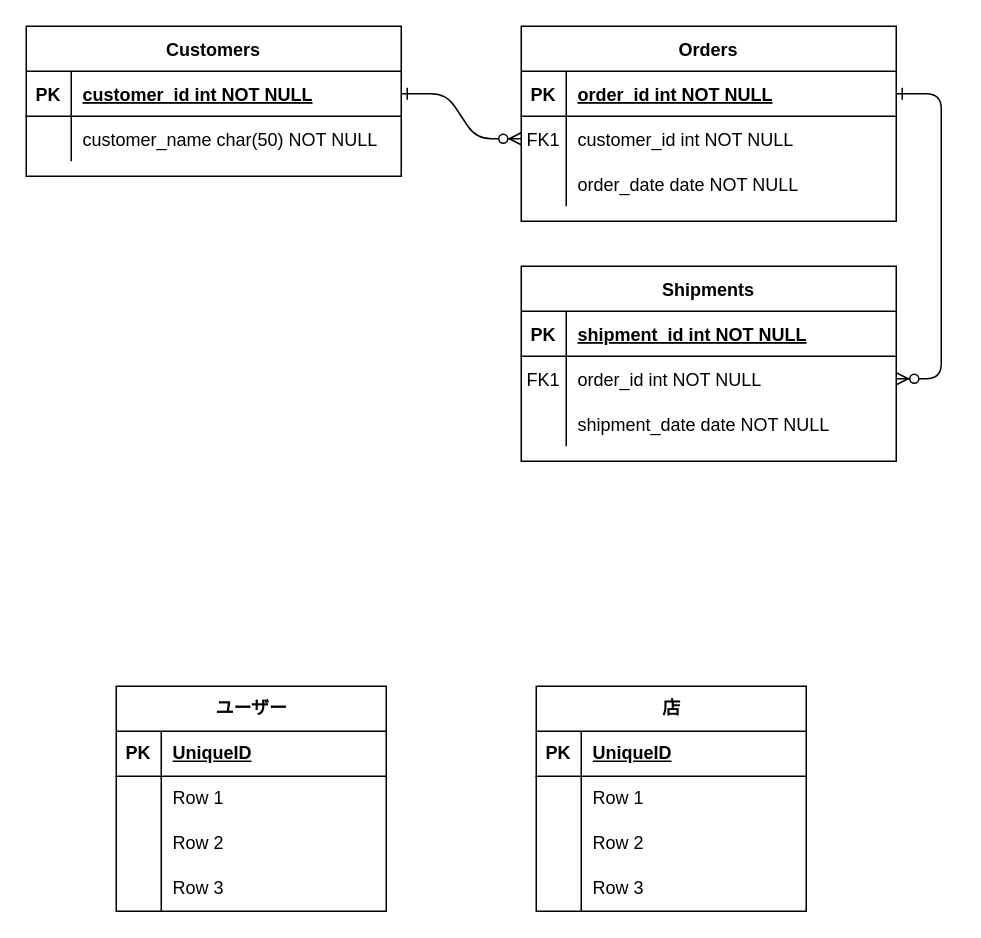
Before: 未命名绘图.drawio in FengTianShi/Picture, a draw.io diagram. Source tidied: cells renumbered, new cells numbered last; positions are measured from the earlier drawing's top-left corner, leaving out a move shared by most shapes. Both pictures are drawn from the tidied source at 150%, with x=0, y=0 at pixel (26, 26).
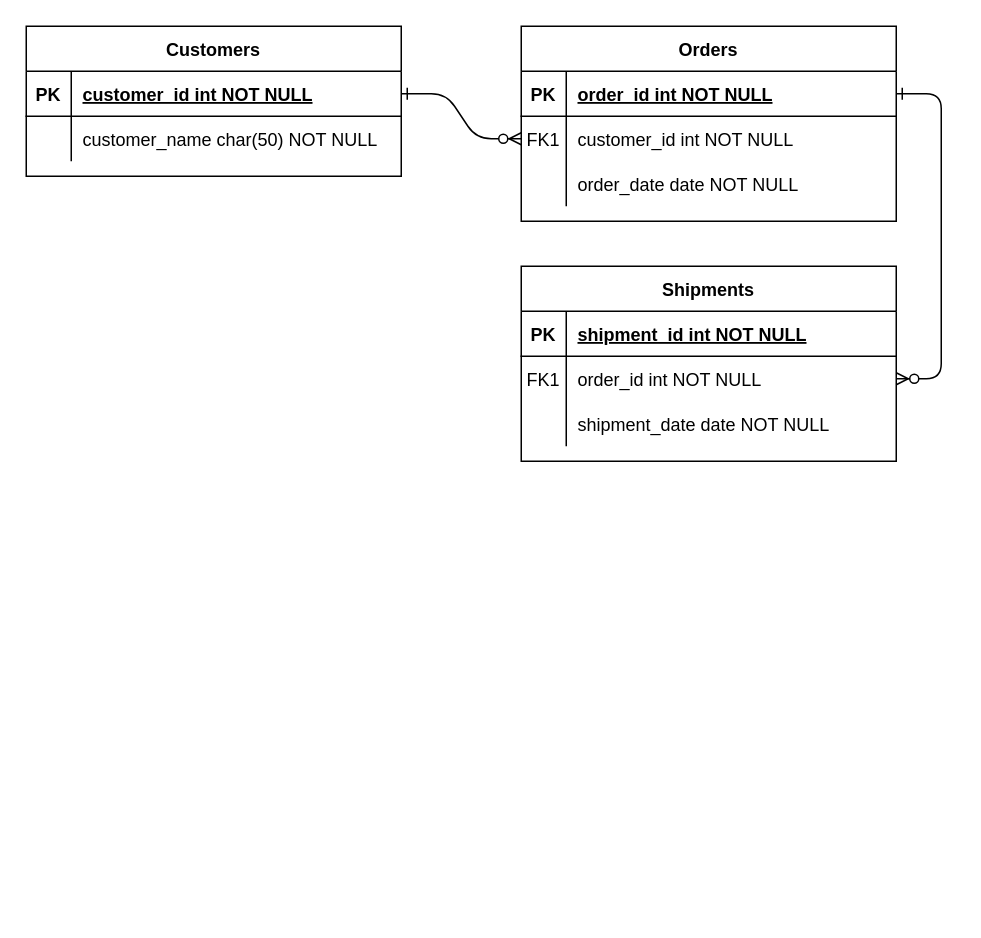
The same diagram, later.

Diff of the diagram source:
```diff
@@
-    <mxCell id="31" value="ユーザー" style="shape=table;startSize=30;childLayout=tableLayout;rowLines=0;fontStyle=1;align=center;html=1;" parent="1" vertex="1">
-      <mxGeometry x="60" y="440" width="180" height="150" as="geometry" />
-    </mxCell>
-    <mxCell id="32" style="shape=tableRow;horizontal=0;startSize=0;swimlaneHead=0;swimlaneBody=0;fillColor=none;top=0;left=0;right=0;bottom=1;" parent="31" vertex="1">
-      <mxGeometry y="30" width="180" height="30" as="geometry" />
-    </mxCell>
-    <mxCell id="33" value="PK" style="shape=partialRectangle;fillColor=none;top=0;left=0;bottom=0;right=0;fontStyle=1;overflow=hidden;whiteSpace=wrap;html=1;" parent="32" vertex="1">
-      <mxGeometry width="30" height="30" as="geometry" />
-    </mxCell>
-    <mxCell id="34" value="UniqueID" style="shape=partialRectangle;fillColor=none;top=0;left=0;bottom=0;right=0;align=left;spacingLeft=6;fontStyle=5;overflow=hidden;whiteSpace=wrap;html=1;" parent="32" vertex="1">
-      <mxGeometry x="30" width="150" height="30" as="geometry" />
-    </mxCell>
-    <mxCell id="35" style="shape=tableRow;horizontal=0;startSize=0;swimlaneHead=0;swimlaneBody=0;fillColor=none;top=0;left=0;right=0;bottom=0;" parent="31" vertex="1">
-      <mxGeometry y="60" width="180" height="30" as="geometry" />
-    </mxCell>
-    <mxCell id="36" style="shape=partialRectangle;fillColor=none;top=0;left=0;bottom=0;right=0;overflow=hidden;whiteSpace=wrap;html=1;" parent="35" vertex="1">
-      <mxGeometry width="30" height="30" as="geometry" />
-    </mxCell>
-    <mxCell id="37" value="Row 1" style="shape=partialRectangle;fillColor=none;top=0;left=0;bottom=0;right=0;align=left;spacingLeft=6;overflow=hidden;whiteSpace=wrap;html=1;" parent="35" vertex="1">
-      <mxGeometry x="30" width="150" height="30" as="geometry" />
-    </mxCell>
-    <mxCell id="38" style="shape=tableRow;horizontal=0;startSize=0;swimlaneHead=0;swimlaneBody=0;fillColor=none;top=0;left=0;right=0;bottom=0;" parent="31" vertex="1">
-      <mxGeometry y="90" width="180" height="30" as="geometry" />
-    </mxCell>
-    <mxCell id="39" style="shape=partialRectangle;fillColor=none;top=0;left=0;bottom=0;right=0;overflow=hidden;whiteSpace=wrap;html=1;" parent="38" vertex="1">
-      <mxGeometry width="30" height="30" as="geometry" />
-    </mxCell>
-    <mxCell id="40" value="Row 2" style="shape=partialRectangle;fillColor=none;top=0;left=0;bottom=0;right=0;align=left;spacingLeft=6;overflow=hidden;whiteSpace=wrap;html=1;" parent="38" vertex="1">
-      <mxGeometry x="30" width="150" height="30" as="geometry" />
-    </mxCell>
-    <mxCell id="41" style="shape=tableRow;horizontal=0;startSize=0;swimlaneHead=0;swimlaneBody=0;fillColor=none;top=0;left=0;right=0;bottom=0;" parent="31" vertex="1">
-      <mxGeometry y="120" width="180" height="30" as="geometry" />
-    </mxCell>
-    <mxCell id="42" style="shape=partialRectangle;fillColor=none;top=0;left=0;bottom=0;right=0;overflow=hidden;whiteSpace=wrap;html=1;" parent="41" vertex="1">
-      <mxGeometry width="30" height="30" as="geometry" />
-    </mxCell>
-    <mxCell id="43" value="Row 3" style="shape=partialRectangle;fillColor=none;top=0;left=0;bottom=0;right=0;align=left;spacingLeft=6;overflow=hidden;whiteSpace=wrap;html=1;" parent="41" vertex="1">
-      <mxGeometry x="30" width="150" height="30" as="geometry" />
-    </mxCell>
-    <mxCell id="44" value="店" style="shape=table;startSize=30;childLayout=tableLayout;rowLines=0;fontStyle=1;align=center;html=1;" parent="1" vertex="1">
-      <mxGeometry x="340" y="440" width="180" height="150" as="geometry" />
-    </mxCell>
-    <mxCell id="45" style="shape=tableRow;horizontal=0;startSize=0;swimlaneHead=0;swimlaneBody=0;fillColor=none;top=0;left=0;right=0;bottom=1;" parent="44" vertex="1">
-      <mxGeometry y="30" width="180" height="30" as="geometry" />
-    </mxCell>
-    <mxCell id="46" value="PK" style="shape=partialRectangle;fillColor=none;top=0;left=0;bottom=0;right=0;fontStyle=1;overflow=hidden;whiteSpace=wrap;html=1;" parent="45" vertex="1">
-      <mxGeometry width="30" height="30" as="geometry" />
-    </mxCell>
-    <mxCell id="47" value="UniqueID" style="shape=partialRectangle;fillColor=none;top=0;left=0;bottom=0;right=0;align=left;spacingLeft=6;fontStyle=5;overflow=hidden;whiteSpace=wrap;html=1;" parent="45" vertex="1">
-      <mxGeometry x="30" width="150" height="30" as="geometry" />
-    </mxCell>
-    <mxCell id="48" style="shape=tableRow;horizontal=0;startSize=0;swimlaneHead=0;swimlaneBody=0;fillColor=none;top=0;left=0;right=0;bottom=0;" parent="44" vertex="1">
-      <mxGeometry y="60" width="180" height="30" as="geometry" />
-    </mxCell>
-    <mxCell id="49" style="shape=partialRectangle;fillColor=none;top=0;left=0;bottom=0;right=0;overflow=hidden;whiteSpace=wrap;html=1;" parent="48" vertex="1">
-      <mxGeometry width="30" height="30" as="geometry" />
-    </mxCell>
-    <mxCell id="50" value="Row 1" style="shape=partialRectangle;fillColor=none;top=0;left=0;bottom=0;right=0;align=left;spacingLeft=6;overflow=hidden;whiteSpace=wrap;html=1;" parent="48" vertex="1">
-      <mxGeometry x="30" width="150" height="30" as="geometry" />
-    </mxCell>
-    <mxCell id="51" style="shape=tableRow;horizontal=0;startSize=0;swimlaneHead=0;swimlaneBody=0;fillColor=none;top=0;left=0;right=0;bottom=0;" parent="44" vertex="1">
-      <mxGeometry y="90" width="180" height="30" as="geometry" />
-    </mxCell>
-    <mxCell id="52" style="shape=partialRectangle;fillColor=none;top=0;left=0;bottom=0;right=0;overflow=hidden;whiteSpace=wrap;html=1;" parent="51" vertex="1">
-      <mxGeometry width="30" height="30" as="geometry" />
-    </mxCell>
-    <mxCell id="53" value="Row 2" style="shape=partialRectangle;fillColor=none;top=0;left=0;bottom=0;right=0;align=left;spacingLeft=6;overflow=hidden;whiteSpace=wrap;html=1;" parent="51" vertex="1">
-      <mxGeometry x="30" width="150" height="30" as="geometry" />
-    </mxCell>
-    <mxCell id="54" style="shape=tableRow;horizontal=0;startSize=0;swimlaneHead=0;swimlaneBody=0;fillColor=none;top=0;left=0;right=0;bottom=0;" parent="44" vertex="1">
-      <mxGeometry y="120" width="180" height="30" as="geometry" />
-    </mxCell>
-    <mxCell id="55" style="shape=partialRectangle;fillColor=none;top=0;left=0;bottom=0;right=0;overflow=hidden;whiteSpace=wrap;html=1;" parent="54" vertex="1">
-      <mxGeometry width="30" height="30" as="geometry" />
-    </mxCell>
-    <mxCell id="56" value="Row 3" style="shape=partialRectangle;fillColor=none;top=0;left=0;bottom=0;right=0;align=left;spacingLeft=6;overflow=hidden;whiteSpace=wrap;html=1;" parent="54" vertex="1">
-      <mxGeometry x="30" width="150" height="30" as="geometry" />
-    </mxCell>
```
